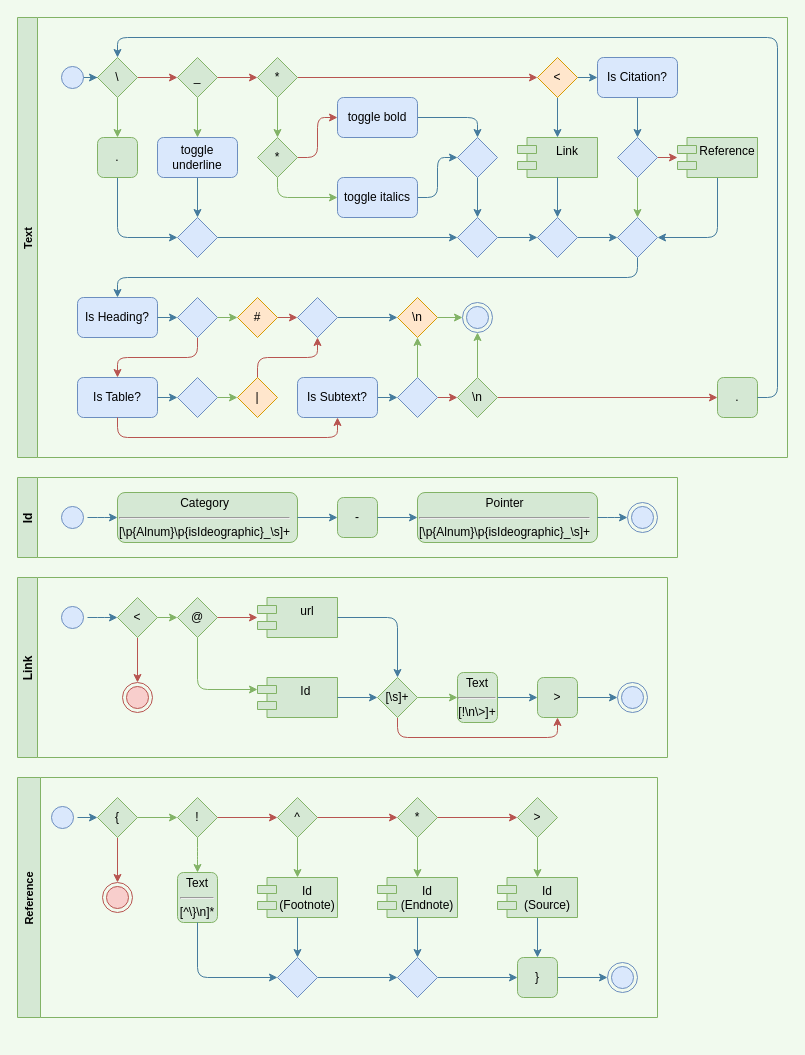
Before: page "Phrases" (6 of 6) of design/diagrams/lang-markup-package.drawio in creativeArtie/Writer-Studio, a draw.io diagram. Source tidied: cells renumbered, new cells numbered last; positions are measured from the earlier drawing's top-left corner, leaving out a move shared by most shapes. Both pictures are drawn from the tidied source at 100%, with x=0, y=0 at pixel (17, 17).
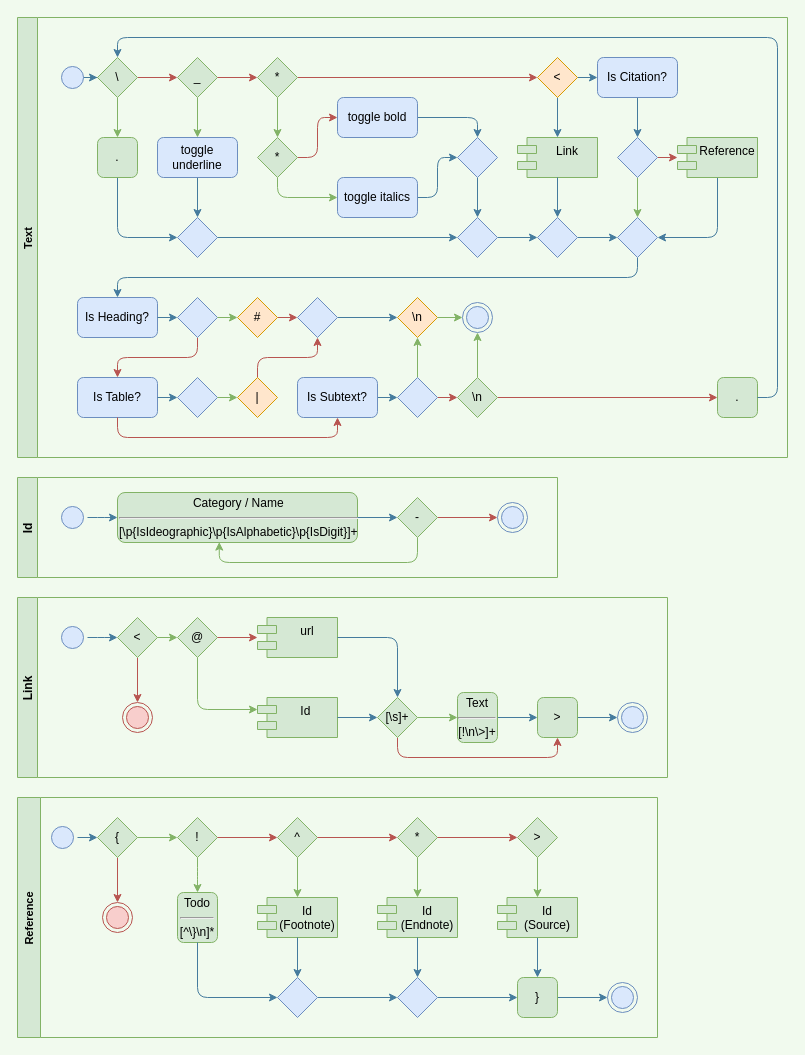
The same diagram, later.

The edit, as a diff of the source:
```diff
@@
     <mxCell id="2" value="Link" style="swimlane;horizontal=0;rounded=0;sketch=0;strokeColor=#82b366;fillColor=#d5e8d4;startSize=20;" parent="1" vertex="1">
-      <mxGeometry y="560" width="650" height="180" as="geometry" />
+      <mxGeometry y="580" width="650" height="180" as="geometry" />
     </mxCell>
@@
     <mxCell id="24" value="Id" style="swimlane;horizontal=0;rounded=0;sketch=0;strokeColor=#82b366;fillColor=#d5e8d4;startSize=20;" parent="1" vertex="1">
-      <mxGeometry y="460" width="660" height="80" as="geometry" />
+      <mxGeometry y="460" width="540" height="100" as="geometry" />
     </mxCell>
-    <mxCell id="25" value="-" style="rounded=1;whiteSpace=wrap;html=1;sketch=0;strokeColor=#82b366;fillColor=#d5e8d4;" parent="24" vertex="1">
-      <mxGeometry x="320" y="20" width="40" height="40" as="geometry" />
-    </mxCell>
-    <mxCell id="26" value="&lt;div style=&quot;text-align: center&quot;&gt;&lt;span&gt;Category&lt;/span&gt;&lt;/div&gt;&lt;hr&gt;[\p{Alnum}\p{isIdeographic}_\s]+" style="rounded=1;whiteSpace=wrap;sketch=0;strokeColor=#82b366;fillColor=#d5e8d4;align=left;html=1;" parent="24" vertex="1">
-      <mxGeometry x="100" y="15" width="180" height="50" as="geometry" />
+    <mxCell id="26" value="&lt;div style=&quot;text-align: center&quot;&gt;&lt;span&gt;Category / Name&lt;/span&gt;&lt;/div&gt;&lt;hr&gt;[\p{IsIdeographic}\p{IsAlphabetic}\p{IsDigit}]+" style="rounded=1;whiteSpace=wrap;sketch=0;strokeColor=#82b366;fillColor=#d5e8d4;align=left;html=1;" parent="24" vertex="1">
+      <mxGeometry x="100" y="15" width="240" height="50" as="geometry" />
     </mxCell>
-    <mxCell id="27" style="edgeStyle=orthogonalEdgeStyle;curved=0;rounded=1;sketch=0;jettySize=auto;html=1;fontColor=#1D3557;strokeColor=#457B9D;fillColor=#A8DADC;" parent="24" edge="1" source="26" target="25">
-      <mxGeometry relative="1" as="geometry" />
-    </mxCell>
@@
     <mxCell id="30" style="ellipse;html=1;shape=endState;fillColor=#dae8fc;strokeColor=#6c8ebf;rounded=0;sketch=0;" parent="24" vertex="1">
-      <mxGeometry x="610" y="25" width="30" height="30" as="geometry" />
+      <mxGeometry x="480" y="25" width="30" height="30" as="geometry" />
     </mxCell>
-    <mxCell id="31" value="&lt;div style=&quot;text-align: center&quot;&gt;&lt;span&gt;Pointer&lt;/span&gt;&lt;/div&gt;&lt;hr&gt;[\p{Alnum}\p{isIdeographic}_\s]+" style="rounded=1;whiteSpace=wrap;sketch=0;strokeColor=#82b366;fillColor=#d5e8d4;align=left;html=1;" parent="24" vertex="1">
-      <mxGeometry x="400" y="15" width="180" height="50" as="geometry" />
-    </mxCell>
-    <mxCell id="32" style="edgeStyle=orthogonalEdgeStyle;curved=0;rounded=1;sketch=0;jettySize=auto;html=1;fontColor=#1D3557;strokeColor=#457B9D;fillColor=#A8DADC;" parent="24" edge="1" source="25" target="31">
-      <mxGeometry relative="1" as="geometry" />
-    </mxCell>
-    <mxCell id="33" style="edgeStyle=orthogonalEdgeStyle;curved=0;rounded=1;sketch=0;jettySize=auto;html=1;fontColor=#1D3557;strokeColor=#457B9D;fillColor=#A8DADC;" parent="24" edge="1" source="31" target="30">
-      <mxGeometry relative="1" as="geometry" />
-    </mxCell>
+    <mxCell id="141" style="edgeStyle=orthogonalEdgeStyle;curved=0;rounded=1;sketch=0;jettySize=auto;html=1;fontColor=#1D3557;strokeColor=#b85450;fillColor=#f8cecc;" parent="24" edge="1" source="25" target="30">
+      <mxGeometry relative="1" as="geometry" />
+    </mxCell>
+    <mxCell id="142" style="edgeStyle=orthogonalEdgeStyle;curved=0;rounded=1;sketch=0;jettySize=auto;html=1;entryX=0.424;entryY=0.992;entryDx=0;entryDy=0;entryPerimeter=0;fontColor=#1D3557;strokeColor=#82b366;fillColor=#d5e8d4;exitX=0.5;exitY=1;exitDx=0;exitDy=0;" parent="24" edge="1" source="25" target="26">
+      <mxGeometry relative="1" as="geometry" />
+    </mxCell>
+    <mxCell id="25" value="-" style="rhombus;whiteSpace=wrap;html=1;rounded=0;sketch=0;strokeColor=#82b366;strokeWidth=1;fillColor=#d5e8d4;" parent="24" vertex="1">
+      <mxGeometry x="380" y="20" width="40" height="40" as="geometry" />
+    </mxCell>
+    <mxCell id="27" style="edgeStyle=orthogonalEdgeStyle;curved=0;rounded=1;sketch=0;jettySize=auto;html=1;fontColor=#1D3557;strokeColor=#457B9D;fillColor=#A8DADC;" parent="24" edge="1" source="26" target="25">
+      <mxGeometry relative="1" as="geometry" />
+    </mxCell>
@@
     <mxCell id="108" value="Reference" style="swimlane;horizontal=0;labelBackgroundColor=none;fontFamily=Helvetica;fontSize=11;fillColor=#d5e8d4;strokeColor=#82b366;" parent="1" vertex="1">
-      <mxGeometry y="760" width="640" height="240" as="geometry" />
+      <mxGeometry y="780" width="640" height="240" as="geometry" />
     </mxCell>
@@
-    <mxCell id="132" value="Text&lt;hr&gt;[^\}\n]*" style="rounded=1;whiteSpace=wrap;html=1;sketch=0;strokeColor=#82b366;fillColor=#d5e8d4;" parent="108" vertex="1">
+    <mxCell id="132" value="Todo&lt;hr&gt;[^\}\n]*" style="rounded=1;whiteSpace=wrap;html=1;sketch=0;strokeColor=#82b366;fillColor=#d5e8d4;" parent="108" vertex="1">
       <mxGeometry x="160" y="95" width="40" height="50" as="geometry" />
     </mxCell>
```
